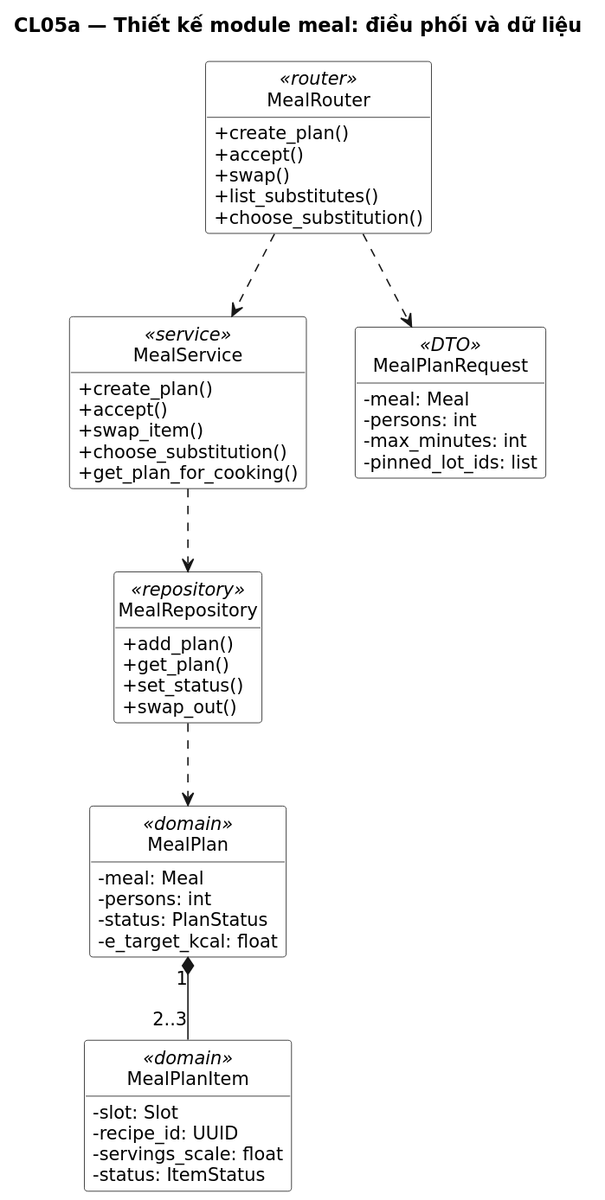
The PlantUML diagram docs/uml/out/class/CL05a-thiet-ke-meal-dieu-phoi.svg in NamBuw/Tastoria, before a commit.
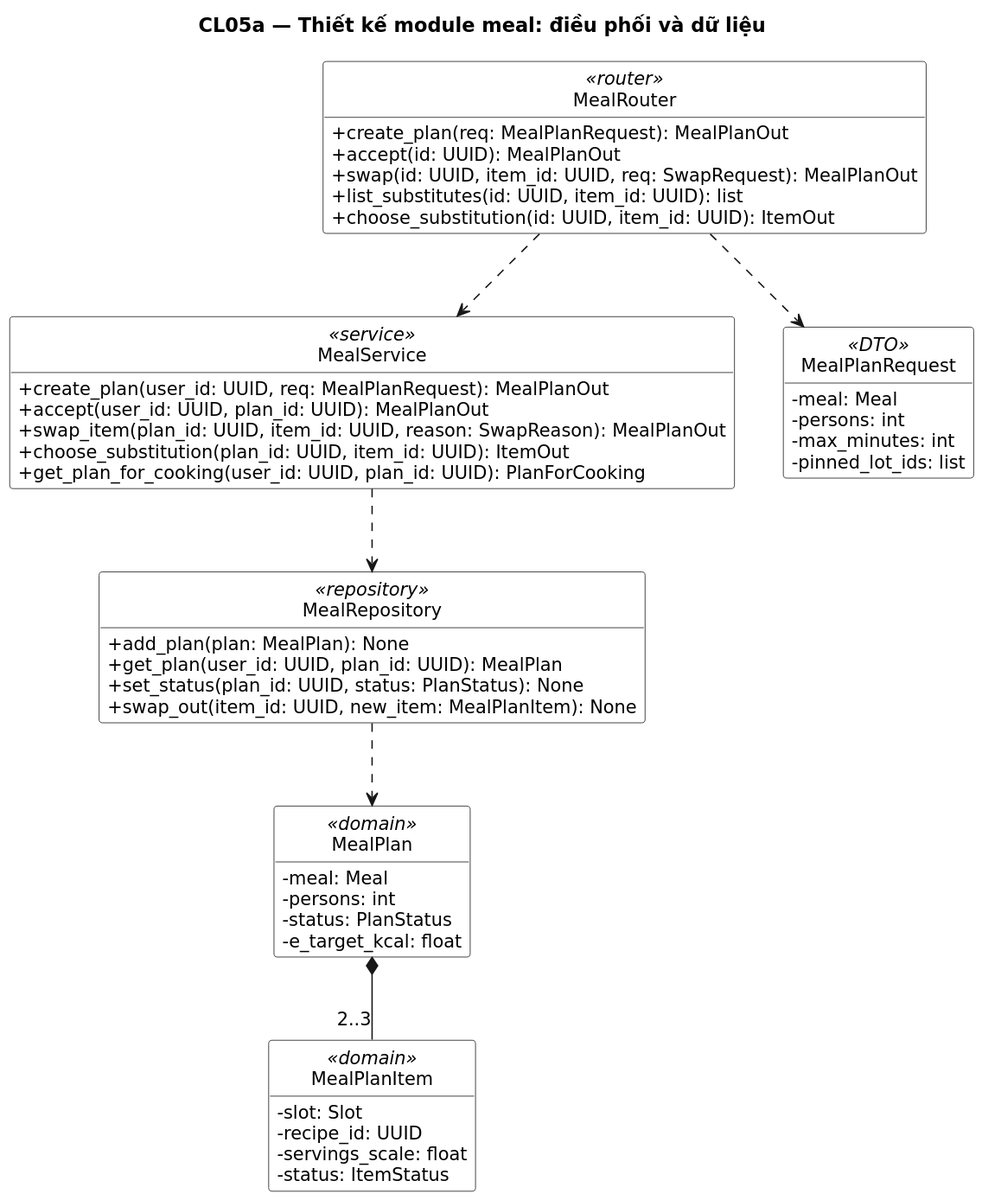
After the commit.

Diff of the diagram source:
```diff
@@ -11,24 +11,24 @@
 skinparam ClassBackgroundColor White
 
 class "MealRouter" as R <<router>> {
-  +create_plan()
-  +accept()
-  +swap()
-  +list_substitutes()
-  +choose_substitution()
+  +create_plan(req: MealPlanRequest): MealPlanOut
+  +accept(id: UUID): MealPlanOut
+  +swap(id: UUID, item_id: UUID, req: SwapRequest): MealPlanOut
+  +list_substitutes(id: UUID, item_id: UUID): list
+  +choose_substitution(id: UUID, item_id: UUID): ItemOut
 }
 class "MealService" as S <<service>> {
-  +create_plan()
-  +accept()
-  +swap_item()
-  +choose_substitution()
-  +get_plan_for_cooking()
+  +create_plan(user_id: UUID, req: MealPlanRequest): MealPlanOut
+  +accept(user_id: UUID, plan_id: UUID): MealPlanOut
+  +swap_item(plan_id: UUID, item_id: UUID, reason: SwapReason): MealPlanOut
+  +choose_substitution(plan_id: UUID, item_id: UUID): ItemOut
+  +get_plan_for_cooking(user_id: UUID, plan_id: UUID): PlanForCooking
 }
 class "MealRepository" as RP <<repository>> {
-  +add_plan()
-  +get_plan()
-  +set_status()
-  +swap_out()
+  +add_plan(plan: MealPlan): None
+  +get_plan(user_id: UUID, plan_id: UUID): MealPlan
+  +set_status(plan_id: UUID, status: PlanStatus): None
+  +swap_out(item_id: UUID, new_item: MealPlanItem): None
 }
 class "MealPlanRequest" as RQ <<DTO>> {
   -meal: Meal
@@ -53,5 +53,5 @@
 R ..> RQ
 S ..> RP
 RP ..> MP
-MP "1" *-- "2..3" MI
+MP *-- "2..3" MI
 @enduml
```
